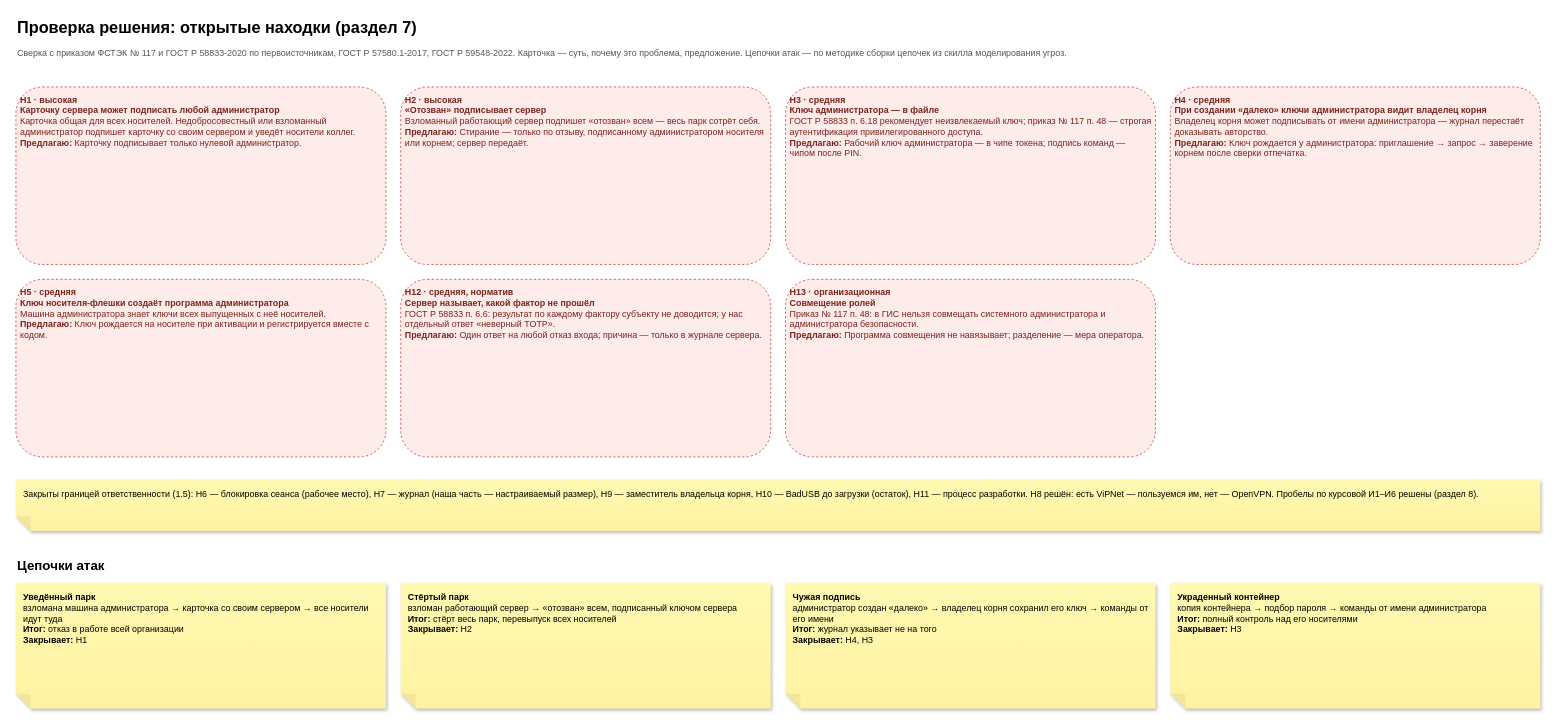
Above: page "Проверка" (17 of 17) of docs/SOLUTION.drawio in PureshkaM/portable-os-admin (draw.io), before the change. Source tidied: cells renumbered, new cells numbered last; positions are measured from the earlier drawing's top-left corner, leaving out a move shared by most shapes. Both pictures are drawn from the tidied source at 74%, with x=0, y=0 at pixel (16, 13).
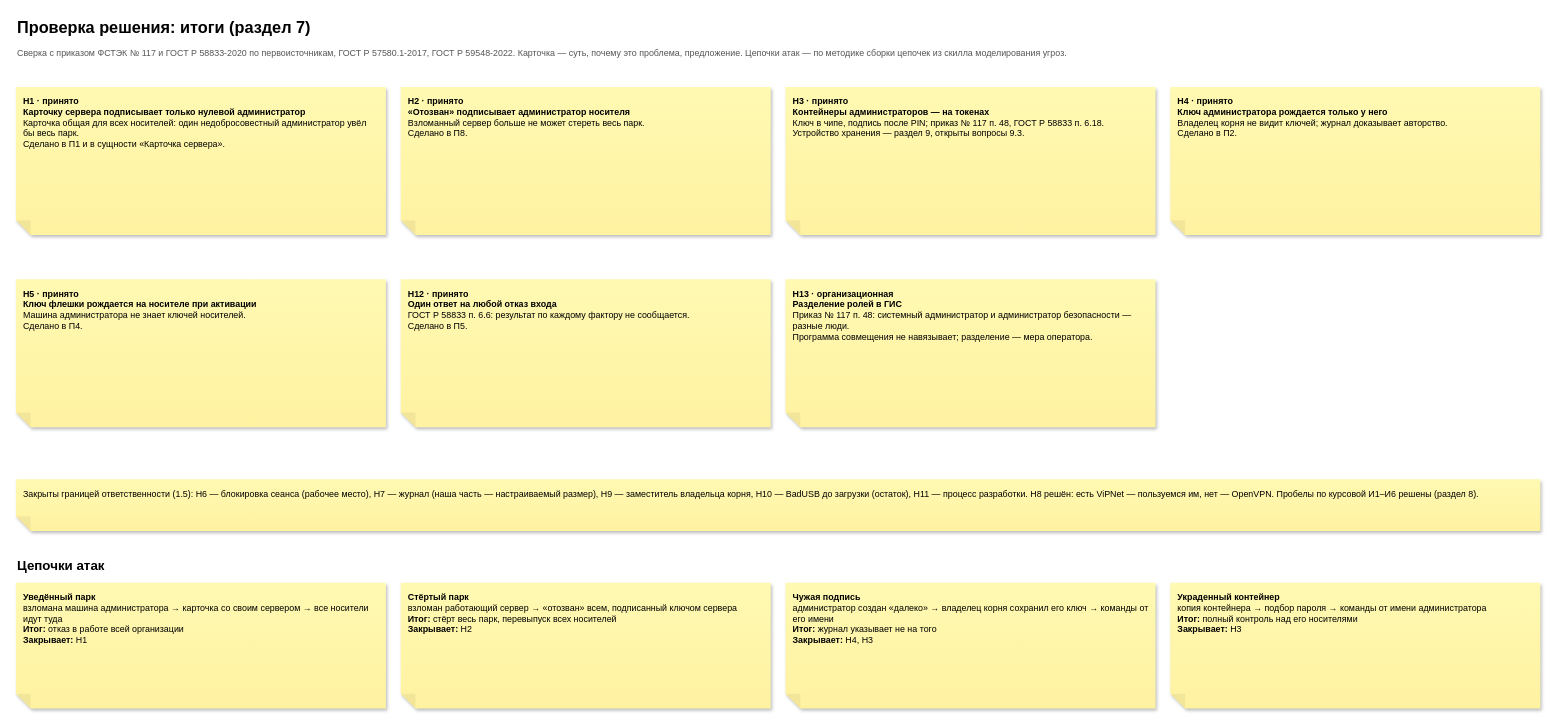
After the change.

Commit message (it also covers changes not shown here):
Целевое решение: приняты Н1–Н5 и Н12, выдача доступа в два этапа, контейнер на токене

Diff of the diagram source:
```diff
@@
 <mxGraphModel>
   <root>
     <mxCell id="0" />
     <mxCell id="1" parent="0" />
-    <mxCell id="2" value="&lt;b&gt;Проверка решения: открытые находки (раздел 7)&lt;/b&gt;" style="text;html=1;align=left;verticalAlign=middle;fontSize=22;fontStyle=1;" parent="1" vertex="1">
+    <mxCell id="2" value="&lt;b&gt;Проверка решения: итоги (раздел 7)&lt;/b&gt;" style="text;html=1;align=left;verticalAlign=middle;fontSize=22;fontStyle=1;" parent="1" vertex="1">
       <mxGeometry width="1600" height="40" as="geometry" />
     </mxCell>
     <mxCell id="3" value="Сверка с приказом ФСТЭК № 117 и ГОСТ Р 58833-2020 по первоисточникам, ГОСТ Р 57580.1-2017, ГОСТ Р 59548-2022. Карточка — суть, почему это проблема, предложение. Цепочки атак — по методике сборки цепочек из скилла моделирования угроз." style="text;html=1;align=left;verticalAlign=top;fontSize=12;fontColor=#555555;whiteSpace=wrap;" parent="1" vertex="1">
       <mxGeometry y="40" width="2000" height="40" as="geometry" />
     </mxCell>
-    <mxCell id="4" value="&lt;div&gt;&lt;b&gt;Н1 · высокая&lt;/b&gt;&lt;/div&gt;&lt;div&gt;&lt;b&gt;Карточку сервера может подписать любой администратор&lt;/b&gt;&lt;/div&gt;&lt;div&gt;Карточка общая для всех носителей. Недобросовестный или взломанный администратор подпишет карточку со своим сервером и уведёт носители коллег.&lt;/div&gt;&lt;div&gt;&lt;b&gt;Предлагаю:&lt;/b&gt; Карточку подписывает только нулевой администратор.&lt;/div&gt;" style="rounded=1;whiteSpace=wrap;html=1;align=left;verticalAlign=top;spacing=6;fontSize=12;fillColor=#FDECEA;strokeColor=#C0392B;dashed=1;fontColor=#7B241C;" parent="1" vertex="1">
-      <mxGeometry y="100" width="500" height="240" as="geometry" />
+    <mxCell id="4" value="&lt;div&gt;&lt;b&gt;Н1 · принято&lt;/b&gt;&lt;/div&gt;&lt;div&gt;&lt;b&gt;Карточку сервера подписывает только нулевой администратор&lt;/b&gt;&lt;/div&gt;&lt;div&gt;Карточка общая для всех носителей: один недобросовестный администратор увёл бы весь парк.&lt;/div&gt;&lt;div&gt;Сделано в П1 и в сущности «Карточка сервера».&lt;/div&gt;" style="shape=note;whiteSpace=wrap;html=1;backgroundOutline=1;fontColor=#000000;darkOpacity=0.05;fillColor=#FFF9B2;strokeColor=none;fillStyle=solid;direction=west;gradientDirection=north;gradientColor=#FFF2A1;shadow=1;size=20;align=left;verticalAlign=top;spacingLeft=8;spacingRight=8;spacingTop=6;fontSize=12;" parent="1" vertex="1">
+      <mxGeometry y="100" width="500" height="200" as="geometry" />
     </mxCell>
-    <mxCell id="5" value="&lt;div&gt;&lt;b&gt;Н2 · высокая&lt;/b&gt;&lt;/div&gt;&lt;div&gt;&lt;b&gt;«Отозван» подписывает сервер&lt;/b&gt;&lt;/div&gt;&lt;div&gt;Взломанный работающий сервер подпишет «отозван» всем — весь парк сотрёт себя.&lt;/div&gt;&lt;div&gt;&lt;b&gt;Предлагаю:&lt;/b&gt; Стирание — только по отзыву, подписанному администратором носителя или корнем; сервер передаёт.&lt;/div&gt;" style="rounded=1;whiteSpace=wrap;html=1;align=left;verticalAlign=top;spacing=6;fontSize=12;fillColor=#FDECEA;strokeColor=#C0392B;dashed=1;fontColor=#7B241C;" parent="1" vertex="1">
-      <mxGeometry x="520" y="100" width="500" height="240" as="geometry" />
+    <mxCell id="5" value="&lt;div&gt;&lt;b&gt;Н2 · принято&lt;/b&gt;&lt;/div&gt;&lt;div&gt;&lt;b&gt;«Отозван» подписывает администратор носителя&lt;/b&gt;&lt;/div&gt;&lt;div&gt;Взломанный сервер больше не может стереть весь парк.&lt;/div&gt;&lt;div&gt;Сделано в П8.&lt;/div&gt;" style="shape=note;whiteSpace=wrap;html=1;backgroundOutline=1;fontColor=#000000;darkOpacity=0.05;fillColor=#FFF9B2;strokeColor=none;fillStyle=solid;direction=west;gradientDirection=north;gradientColor=#FFF2A1;shadow=1;size=20;align=left;verticalAlign=top;spacingLeft=8;spacingRight=8;spacingTop=6;fontSize=12;" parent="1" vertex="1">
+      <mxGeometry x="520" y="100" width="500" height="200" as="geometry" />
     </mxCell>
-    <mxCell id="6" value="&lt;div&gt;&lt;b&gt;Н3 · средняя&lt;/b&gt;&lt;/div&gt;&lt;div&gt;&lt;b&gt;Ключ администратора — в файле&lt;/b&gt;&lt;/div&gt;&lt;div&gt;ГОСТ Р 58833 п. 6.18 рекомендует неизвлекаемый ключ; приказ № 117 п. 48 — строгая аутентификация привилегированного доступа.&lt;/div&gt;&lt;div&gt;&lt;b&gt;Предлагаю:&lt;/b&gt; Рабочий ключ администратора — в чипе токена; подпись команд — чипом после PIN.&lt;/div&gt;" style="rounded=1;whiteSpace=wrap;html=1;align=left;verticalAlign=top;spacing=6;fontSize=12;fillColor=#FDECEA;strokeColor=#C0392B;dashed=1;fontColor=#7B241C;" parent="1" vertex="1">
-      <mxGeometry x="1040" y="100" width="500" height="240" as="geometry" />
+    <mxCell id="6" value="&lt;div&gt;&lt;b&gt;Н3 · принято&lt;/b&gt;&lt;/div&gt;&lt;div&gt;&lt;b&gt;Контейнеры администраторов — на токенах&lt;/b&gt;&lt;/div&gt;&lt;div&gt;Ключ в чипе, подпись после PIN; приказ № 117 п. 48, ГОСТ Р 58833 п. 6.18.&lt;/div&gt;&lt;div&gt;Устройство хранения — раздел 9, открыты вопросы 9.3.&lt;/div&gt;" style="shape=note;whiteSpace=wrap;html=1;backgroundOutline=1;fontColor=#000000;darkOpacity=0.05;fillColor=#FFF9B2;strokeColor=none;fillStyle=solid;direction=west;gradientDirection=north;gradientColor=#FFF2A1;shadow=1;size=20;align=left;verticalAlign=top;spacingLeft=8;spacingRight=8;spacingTop=6;fontSize=12;" parent="1" vertex="1">
+      <mxGeometry x="1040" y="100" width="500" height="200" as="geometry" />
     </mxCell>
-    <mxCell id="7" value="&lt;div&gt;&lt;b&gt;Н4 · средняя&lt;/b&gt;&lt;/div&gt;&lt;div&gt;&lt;b&gt;При создании «далеко» ключи администратора видит владелец корня&lt;/b&gt;&lt;/div&gt;&lt;div&gt;Владелец корня может подписывать от имени администратора — журнал перестаёт доказывать авторство.&lt;/div&gt;&lt;div&gt;&lt;b&gt;Предлагаю:&lt;/b&gt; Ключ рождается у администратора: приглашение → запрос → заверение корнем после сверки отпечатка.&lt;/div&gt;" style="rounded=1;whiteSpace=wrap;html=1;align=left;verticalAlign=top;spacing=6;fontSize=12;fillColor=#FDECEA;strokeColor=#C0392B;dashed=1;fontColor=#7B241C;" parent="1" vertex="1">
-      <mxGeometry x="1560" y="100" width="500" height="240" as="geometry" />
+    <mxCell id="7" value="&lt;div&gt;&lt;b&gt;Н4 · принято&lt;/b&gt;&lt;/div&gt;&lt;div&gt;&lt;b&gt;Ключ администратора рождается только у него&lt;/b&gt;&lt;/div&gt;&lt;div&gt;Владелец корня не видит ключей; журнал доказывает авторство.&lt;/div&gt;&lt;div&gt;Сделано в П2.&lt;/div&gt;" style="shape=note;whiteSpace=wrap;html=1;backgroundOutline=1;fontColor=#000000;darkOpacity=0.05;fillColor=#FFF9B2;strokeColor=none;fillStyle=solid;direction=west;gradientDirection=north;gradientColor=#FFF2A1;shadow=1;size=20;align=left;verticalAlign=top;spacingLeft=8;spacingRight=8;spacingTop=6;fontSize=12;" parent="1" vertex="1">
+      <mxGeometry x="1560" y="100" width="500" height="200" as="geometry" />
     </mxCell>
-    <mxCell id="8" value="&lt;div&gt;&lt;b&gt;Н5 · средняя&lt;/b&gt;&lt;/div&gt;&lt;div&gt;&lt;b&gt;Ключ носителя-флешки создаёт программа администратора&lt;/b&gt;&lt;/div&gt;&lt;div&gt;Машина администратора знает ключи всех выпущенных с неё носителей.&lt;/div&gt;&lt;div&gt;&lt;b&gt;Предлагаю:&lt;/b&gt; Ключ рождается на носителе при активации и регистрируется вместе с кодом.&lt;/div&gt;" style="rounded=1;whiteSpace=wrap;html=1;align=left;verticalAlign=top;spacing=6;fontSize=12;fillColor=#FDECEA;strokeColor=#C0392B;dashed=1;fontColor=#7B241C;" parent="1" vertex="1">
-      <mxGeometry y="360" width="500" height="240" as="geometry" />
+    <mxCell id="8" value="&lt;div&gt;&lt;b&gt;Н5 · принято&lt;/b&gt;&lt;/div&gt;&lt;div&gt;&lt;b&gt;Ключ флешки рождается на носителе при активации&lt;/b&gt;&lt;/div&gt;&lt;div&gt;Машина администратора не знает ключей носителей.&lt;/div&gt;&lt;div&gt;Сделано в П4.&lt;/div&gt;" style="shape=note;whiteSpace=wrap;html=1;backgroundOutline=1;fontColor=#000000;darkOpacity=0.05;fillColor=#FFF9B2;strokeColor=none;fillStyle=solid;direction=west;gradientDirection=north;gradientColor=#FFF2A1;shadow=1;size=20;align=left;verticalAlign=top;spacingLeft=8;spacingRight=8;spacingTop=6;fontSize=12;" parent="1" vertex="1">
+      <mxGeometry y="360" width="500" height="200" as="geometry" />
     </mxCell>
-    <mxCell id="9" value="&lt;div&gt;&lt;b&gt;Н12 · средняя, норматив&lt;/b&gt;&lt;/div&gt;&lt;div&gt;&lt;b&gt;Сервер называет, какой фактор не прошёл&lt;/b&gt;&lt;/div&gt;&lt;div&gt;ГОСТ Р 58833 п. 6.6: результат по каждому фактору субъекту не доводится; у нас отдельный ответ «неверный TOTP».&lt;/div&gt;&lt;div&gt;&lt;b&gt;Предлагаю:&lt;/b&gt; Один ответ на любой отказ входа; причина — только в журнале сервера.&lt;/div&gt;" style="rounded=1;whiteSpace=wrap;html=1;align=left;verticalAlign=top;spacing=6;fontSize=12;fillColor=#FDECEA;strokeColor=#C0392B;dashed=1;fontColor=#7B241C;" parent="1" vertex="1">
-      <mxGeometry x="520" y="360" width="500" height="240" as="geometry" />
+    <mxCell id="9" value="&lt;div&gt;&lt;b&gt;Н12 · принято&lt;/b&gt;&lt;/div&gt;&lt;div&gt;&lt;b&gt;Один ответ на любой отказ входа&lt;/b&gt;&lt;/div&gt;&lt;div&gt;ГОСТ Р 58833 п. 6.6: результат по каждому фактору не сообщается.&lt;/div&gt;&lt;div&gt;Сделано в П5.&lt;/div&gt;" style="shape=note;whiteSpace=wrap;html=1;backgroundOutline=1;fontColor=#000000;darkOpacity=0.05;fillColor=#FFF9B2;strokeColor=none;fillStyle=solid;direction=west;gradientDirection=north;gradientColor=#FFF2A1;shadow=1;size=20;align=left;verticalAlign=top;spacingLeft=8;spacingRight=8;spacingTop=6;fontSize=12;" parent="1" vertex="1">
+      <mxGeometry x="520" y="360" width="500" height="200" as="geometry" />
     </mxCell>
-    <mxCell id="10" value="&lt;div&gt;&lt;b&gt;Н13 · организационная&lt;/b&gt;&lt;/div&gt;&lt;div&gt;&lt;b&gt;Совмещение ролей&lt;/b&gt;&lt;/div&gt;&lt;div&gt;Приказ № 117 п. 48: в ГИС нельзя совмещать системного администратора и администратора безопасности.&lt;/div&gt;&lt;div&gt;&lt;b&gt;Предлагаю:&lt;/b&gt; Программа совмещения не навязывает; разделение — мера оператора.&lt;/div&gt;" style="rounded=1;whiteSpace=wrap;html=1;align=left;verticalAlign=top;spacing=6;fontSize=12;fillColor=#FDECEA;strokeColor=#C0392B;dashed=1;fontColor=#7B241C;" parent="1" vertex="1">
-      <mxGeometry x="1040" y="360" width="500" height="240" as="geometry" />
+    <mxCell id="10" value="&lt;div&gt;&lt;b&gt;Н13 · организационная&lt;/b&gt;&lt;/div&gt;&lt;div&gt;&lt;b&gt;Разделение ролей в ГИС&lt;/b&gt;&lt;/div&gt;&lt;div&gt;Приказ № 117 п. 48: системный администратор и администратор безопасности — разные люди.&lt;/div&gt;&lt;div&gt;Программа совмещения не навязывает; разделение — мера оператора.&lt;/div&gt;" style="shape=note;whiteSpace=wrap;html=1;backgroundOutline=1;fontColor=#000000;darkOpacity=0.05;fillColor=#FFF9B2;strokeColor=none;fillStyle=solid;direction=west;gradientDirection=north;gradientColor=#FFF2A1;shadow=1;size=20;align=left;verticalAlign=top;spacingLeft=8;spacingRight=8;spacingTop=6;fontSize=12;" parent="1" vertex="1">
+      <mxGeometry x="1040" y="360" width="500" height="200" as="geometry" />
     </mxCell>
     <mxCell id="11" value="Закрыты границей ответственности (1.5): Н6 — блокировка сеанса (рабочее место), Н7 — журнал (наша часть — настраиваемый размер), Н9 — заместитель владельца корня, Н10 — BadUSB до загрузки (остаток), Н11 — процесс разработки. Н8 решён: есть ViPNet — пользуемся им, нет — OpenVPN. Пробелы по курсовой И1–И6 решены (раздел 8)." style="shape=note;whiteSpace=wrap;html=1;backgroundOutline=1;fontColor=#000000;darkOpacity=0.05;fillColor=#FFF9B2;strokeColor=none;fillStyle=solid;direction=west;gradientDirection=north;gradientColor=#FFF2A1;shadow=1;size=20;align=left;verticalAlign=top;spacingLeft=8;spacingRight=8;spacingTop=6;fontSize=12;" parent="1" vertex="1">
       <mxGeometry y="630" width="2060" height="70" as="geometry" />
     </mxCell>
     <mxCell id="12" value="&lt;b&gt;Цепочки атак&lt;/b&gt;" style="text;html=1;align=left;fontSize=18;" parent="1" vertex="1">
       <mxGeometry y="730" width="600" height="30" as="geometry" />
     </mxCell>
     <mxCell id="13" value="&lt;div&gt;&lt;b&gt;Уведённый парк&lt;/b&gt;&lt;/div&gt;&lt;div&gt;взломана машина администратора → карточка со своим сервером → все носители идут туда&lt;/div&gt;&lt;div&gt;&lt;b&gt;Итог:&lt;/b&gt; отказ в работе всей организации&lt;/div&gt;&lt;div&gt;&lt;b&gt;Закрывает:&lt;/b&gt; Н1&lt;/div&gt;" style="shape=note;whiteSpace=wrap;html=1;backgroundOutline=1;fontColor=#000000;darkOpacity=0.05;fillColor=#FFF9B2;strokeColor=none;fillStyle=solid;direction=west;gradientDirection=north;gradientColor=#FFF2A1;shadow=1;size=20;align=left;verticalAlign=top;spacingLeft=8;spacingRight=8;spacingTop=6;fontSize=12;" parent="1" vertex="1">
       <mxGeometry y="770" width="500" height="170" as="geometry" />
     </mxCell>
     <mxCell id="14" value="&lt;div&gt;&lt;b&gt;Стёртый парк&lt;/b&gt;&lt;/div&gt;&lt;div&gt;взломан работающий сервер → «отозван» всем, подписанный ключом сервера&lt;/div&gt;&lt;div&gt;&lt;b&gt;Итог:&lt;/b&gt; стёрт весь парк, перевыпуск всех носителей&lt;/div&gt;&lt;div&gt;&lt;b&gt;Закрывает:&lt;/b&gt; Н2&lt;/div&gt;" style="shape=note;whiteSpace=wrap;html=1;backgroundOutline=1;fontColor=#000000;darkOpacity=0.05;fillColor=#FFF9B2;strokeColor=none;fillStyle=solid;direction=west;gradientDirection=north;gradientColor=#FFF2A1;shadow=1;size=20;align=left;verticalAlign=top;spacingLeft=8;spacingRight=8;spacingTop=6;fontSize=12;" parent="1" vertex="1">
       <mxGeometry x="520" y="770" width="500" height="170" as="geometry" />
     </mxCell>
     <mxCell id="15" value="&lt;div&gt;&lt;b&gt;Чужая подпись&lt;/b&gt;&lt;/div&gt;&lt;div&gt;администратор создан «далеко» → владелец корня сохранил его ключ → команды от его имени&lt;/div&gt;&lt;div&gt;&lt;b&gt;Итог:&lt;/b&gt; журнал указывает не на того&lt;/div&gt;&lt;div&gt;&lt;b&gt;Закрывает:&lt;/b&gt; Н4, Н3&lt;/div&gt;" style="shape=note;whiteSpace=wrap;html=1;backgroundOutline=1;fontColor=#000000;darkOpacity=0.05;fillColor=#FFF9B2;strokeColor=none;fillStyle=solid;direction=west;gradientDirection=north;gradientColor=#FFF2A1;shadow=1;size=20;align=left;verticalAlign=top;spacingLeft=8;spacingRight=8;spacingTop=6;fontSize=12;" parent="1" vertex="1">
       <mxGeometry x="1040" y="770" width="500" height="170" as="geometry" />
     </mxCell>
     <mxCell id="16" value="&lt;div&gt;&lt;b&gt;Украденный контейнер&lt;/b&gt;&lt;/div&gt;&lt;div&gt;копия контейнера → подбор пароля → команды от имени администратора&lt;/div&gt;&lt;div&gt;&lt;b&gt;Итог:&lt;/b&gt; полный контроль над его носителями&lt;/div&gt;&lt;div&gt;&lt;b&gt;Закрывает:&lt;/b&gt; Н3&lt;/div&gt;" style="shape=note;whiteSpace=wrap;html=1;backgroundOutline=1;fontColor=#000000;darkOpacity=0.05;fillColor=#FFF9B2;strokeColor=none;fillStyle=solid;direction=west;gradientDirection=north;gradientColor=#FFF2A1;shadow=1;size=20;align=left;verticalAlign=top;spacingLeft=8;spacingRight=8;spacingTop=6;fontSize=12;" parent="1" vertex="1">
       <mxGeometry x="1560" y="770" width="500" height="170" as="geometry" />
     </mxCell>
   </root>
 </mxGraphModel>
```
